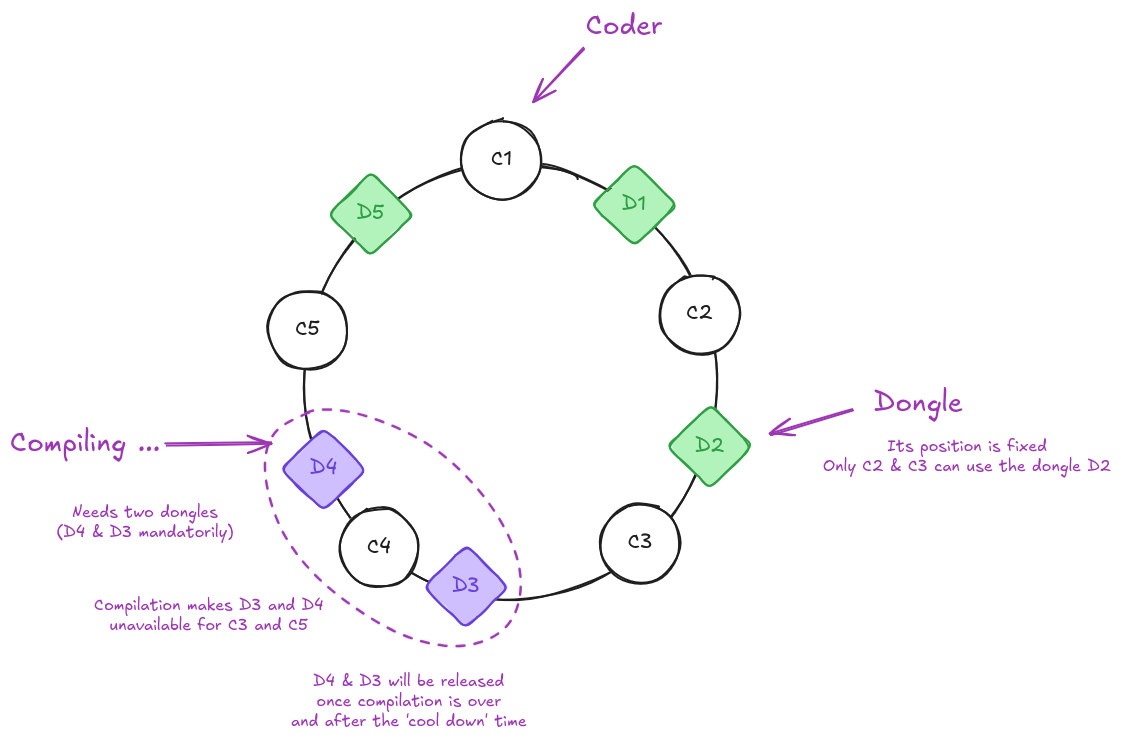
The Excalidraw diagram images/codexion_base.excalidraw.png in flinguenheld/42_codexion, before a commit. Source tidied: one line per element, renumbered; positions are measured from the earlier drawing's top-left corner, leaving out a move shared by most shapes. The source it was exported from:
```json
{"id": 0, "type": "ellipse", "strokeColor": "#1e1e1e", "strokeWidth": 2, "roughness": 1, "round": true, "x": 295, "y": 153, "width": 411, "height": 437}
{"id": 1, "type": "ellipse", "strokeColor": "#1e1e1e", "backgroundColor": "#ffffff", "fillStyle": "solid", "strokeWidth": 2, "roughness": 1, "round": true, "x": 591, "y": 493, "width": 80, "height": 80}
{"id": 2, "type": "text", "text": "C3", "strokeColor": "#1e1e1e", "strokeWidth": 2, "roughness": 1, "fontSize": 20, "fontFamily": 5, "textAlign": "center", "verticalAlign": "middle", "inside": 1, "x": 618, "y": 520, "width": 25, "height": 25}
{"id": 3, "type": "ellipse", "strokeColor": "#1e1e1e", "backgroundColor": "#ffffff", "fillStyle": "solid", "strokeWidth": 2, "roughness": 1, "round": true, "x": 452, "y": 110, "width": 80, "height": 80}
{"id": 4, "type": "text", "text": "C1", "strokeColor": "#1e1e1e", "strokeWidth": 2, "roughness": 1, "fontSize": 20, "fontFamily": 5, "textAlign": "center", "verticalAlign": "middle", "inside": 3, "x": 481, "y": 137, "width": 21, "height": 25}
{"id": 5, "type": "diamond", "strokeColor": "#2f9e44", "backgroundColor": "#b2f2bb", "fillStyle": "solid", "strokeWidth": 2, "roughness": 1, "round": true, "x": 318, "y": 162, "width": 85, "height": 83}
{"id": 6, "type": "text", "text": "D5", "strokeColor": "#2f9e44", "strokeWidth": 2, "roughness": 1, "fontSize": 20, "fontFamily": 5, "textAlign": "center", "verticalAlign": "middle", "inside": 5, "x": 347, "y": 192, "width": 28, "height": 25}
{"id": 7, "type": "diamond", "strokeColor": "#2f9e44", "backgroundColor": "#b2f2bb", "fillStyle": "solid", "strokeWidth": 2, "roughness": 1, "round": true, "x": 581, "y": 153, "width": 85, "height": 83}
{"id": 8, "type": "text", "text": "D1", "strokeColor": "#2f9e44", "strokeWidth": 2, "roughness": 1, "fontSize": 20, "fontFamily": 5, "textAlign": "center", "verticalAlign": "middle", "inside": 7, "x": 612, "y": 182, "width": 24, "height": 25}
{"id": 9, "type": "ellipse", "strokeColor": "#1e1e1e", "backgroundColor": "#ffffff", "fillStyle": "solid", "strokeWidth": 2, "roughness": 1, "round": true, "x": 650, "y": 265, "width": 80, "height": 80}
{"id": 10, "type": "text", "text": "C2", "strokeColor": "#1e1e1e", "strokeWidth": 2, "roughness": 1, "fontSize": 20, "fontFamily": 5, "textAlign": "center", "verticalAlign": "middle", "inside": 9, "x": 676, "y": 292, "width": 27, "height": 25}
{"id": 11, "type": "ellipse", "strokeColor": "#1e1e1e", "backgroundColor": "#ffffff", "fillStyle": "solid", "strokeWidth": 2, "roughness": 1, "round": true, "x": 258, "y": 280, "width": 80, "height": 80}
{"id": 12, "type": "text", "text": "C5", "strokeColor": "#1e1e1e", "strokeWidth": 2, "roughness": 1, "fontSize": 20, "fontFamily": 5, "textAlign": "center", "verticalAlign": "middle", "inside": 11, "x": 285, "y": 307, "width": 25, "height": 25}
{"id": 13, "type": "diamond", "strokeColor": "#2f9e44", "backgroundColor": "#b2f2bb", "fillStyle": "solid", "strokeWidth": 2, "roughness": 1, "round": true, "x": 657, "y": 395, "width": 85, "height": 83}
{"id": 14, "type": "text", "text": "D2", "strokeColor": "#2f9e44", "strokeWidth": 2, "roughness": 1, "fontSize": 20, "fontFamily": 5, "textAlign": "center", "verticalAlign": "middle", "inside": 13, "x": 685, "y": 424, "width": 30, "height": 25}
{"id": 15, "type": "diamond", "strokeColor": "#6741d9", "backgroundColor": "#d0bfff", "fillStyle": "solid", "strokeWidth": 2, "roughness": 1, "round": true, "x": 271, "y": 418, "width": 85, "height": 83}
{"id": 16, "type": "text", "text": "D4", "strokeColor": "#6741d9", "strokeWidth": 2, "roughness": 1, "fontSize": 20, "fontFamily": 5, "textAlign": "center", "verticalAlign": "middle", "inside": 15, "x": 300, "y": 447, "width": 27, "height": 25}
{"id": 17, "type": "ellipse", "strokeColor": "#1e1e1e", "backgroundColor": "#ffffff", "fillStyle": "solid", "strokeWidth": 2, "roughness": 1, "round": true, "x": 329, "y": 498, "width": 80, "height": 80}
{"id": 18, "type": "text", "text": "C4", "strokeColor": "#1e1e1e", "strokeWidth": 2, "roughness": 1, "fontSize": 20, "fontFamily": 5, "textAlign": "center", "verticalAlign": "middle", "inside": 17, "x": 357, "y": 525, "width": 24, "height": 25}
{"id": 19, "type": "diamond", "strokeColor": "#6741d9", "backgroundColor": "#d0bfff", "fillStyle": "solid", "strokeWidth": 2, "roughness": 1, "round": true, "x": 413, "y": 535, "width": 85, "height": 83}
{"id": 20, "type": "text", "text": "D3", "strokeColor": "#6741d9", "strokeWidth": 2, "roughness": 1, "fontSize": 20, "fontFamily": 5, "textAlign": "center", "verticalAlign": "middle", "inside": 19, "x": 442, "y": 564, "width": 28, "height": 25}
{"id": 21, "type": "arrow", "strokeColor": "#9c36b5", "backgroundColor": "#ffd8a8", "fillStyle": "solid", "strokeWidth": 2, "roughness": 1, "endArrowhead": "arrow", "round": true, "x": 573, "y": 39, "width": 49, "height": 52, "points": [[0, 0], [-49, 52]]}
{"id": 22, "type": "text", "text": "Coder", "strokeColor": "#9c36b5", "backgroundColor": "#ffd8a8", "fillStyle": "solid", "strokeWidth": 2, "roughness": 1, "fontSize": 27.45, "fontFamily": 5, "textAlign": "center", "x": 510, "y": 0, "width": 209, "height": 34}
{"id": 23, "type": "arrow", "strokeColor": "#9c36b5", "backgroundColor": "#ffd8a8", "fillStyle": "solid", "strokeWidth": 2, "roughness": 1, "endArrowhead": "arrow", "round": true, "x": 842, "y": 401, "width": 82, "height": 24, "points": [[0, 0], [-82, 24]]}
{"id": 24, "type": "text", "text": "Dongle", "strokeColor": "#9c36b5", "backgroundColor": "#ffd8a8", "fillStyle": "solid", "strokeWidth": 2, "roughness": 1, "fontSize": 27.45, "fontFamily": 5, "textAlign": "center", "x": 804, "y": 376, "width": 209, "height": 34}
{"id": 25, "type": "ellipse", "strokeColor": "#9c36b5", "angle": 5.41, "strokeWidth": 2, "strokeStyle": "dashed", "roughness": 1, "round": true, "x": 295, "y": 367, "width": 175, "height": 301}
{"id": 26, "type": "text", "text": "Compiling ...", "strokeColor": "#9c36b5", "backgroundColor": "#ffd8a8", "fillStyle": "solid", "strokeWidth": 2, "roughness": 1, "fontSize": 27.45, "fontFamily": 5, "textAlign": "center", "x": 0, "y": 417, "width": 150, "height": 34}
{"id": 27, "type": "text", "text": "Compilation makes D3 and D4\nunavailable for C3 and C5", "strokeColor": "#9c36b5", "backgroundColor": "#ffd8a8", "fillStyle": "solid", "strokeWidth": 2, "roughness": 1, "fontSize": 16, "fontFamily": 5, "textAlign": "center", "x": 84, "y": 586, "width": 230, "height": 40}
{"id": 28, "type": "arrow", "strokeColor": "#9c36b5", "backgroundColor": "#ffd8a8", "fillStyle": "solid", "strokeWidth": 2, "roughness": 1, "endArrowhead": "arrow", "round": true, "from": 26, "to": 25, "x": 156, "y": 434, "width": 105, "height": 2, "points": [[0, 0], [105, -2]]}
{"id": 29, "type": "text", "text": "D4 & D3 will be released\nonce compilation is over\nand after the 'cool down' time", "strokeColor": "#9c36b5", "backgroundColor": "#ffd8a8", "fillStyle": "solid", "strokeWidth": 2, "roughness": 1, "fontSize": 16, "fontFamily": 5, "textAlign": "center", "x": 281, "y": 662, "width": 235, "height": 60}
{"id": 30, "type": "text", "text": "Its position is fixed\nOnly C2 & C3 can use the dongle D2\n", "strokeColor": "#9c36b5", "backgroundColor": "#ffd8a8", "fillStyle": "solid", "strokeWidth": 2, "roughness": 1, "fontSize": 16, "fontFamily": 5, "textAlign": "center", "x": 813, "y": 427, "width": 288, "height": 60}
{"id": 31, "type": "text", "text": "Needs two dongles\n(D4 & D3 mandatorily)", "strokeColor": "#9c36b5", "backgroundColor": "#ffd8a8", "fillStyle": "solid", "strokeWidth": 2, "roughness": 1, "fontSize": 16, "fontFamily": 5, "textAlign": "center", "x": 46, "y": 493, "width": 177, "height": 40}
```
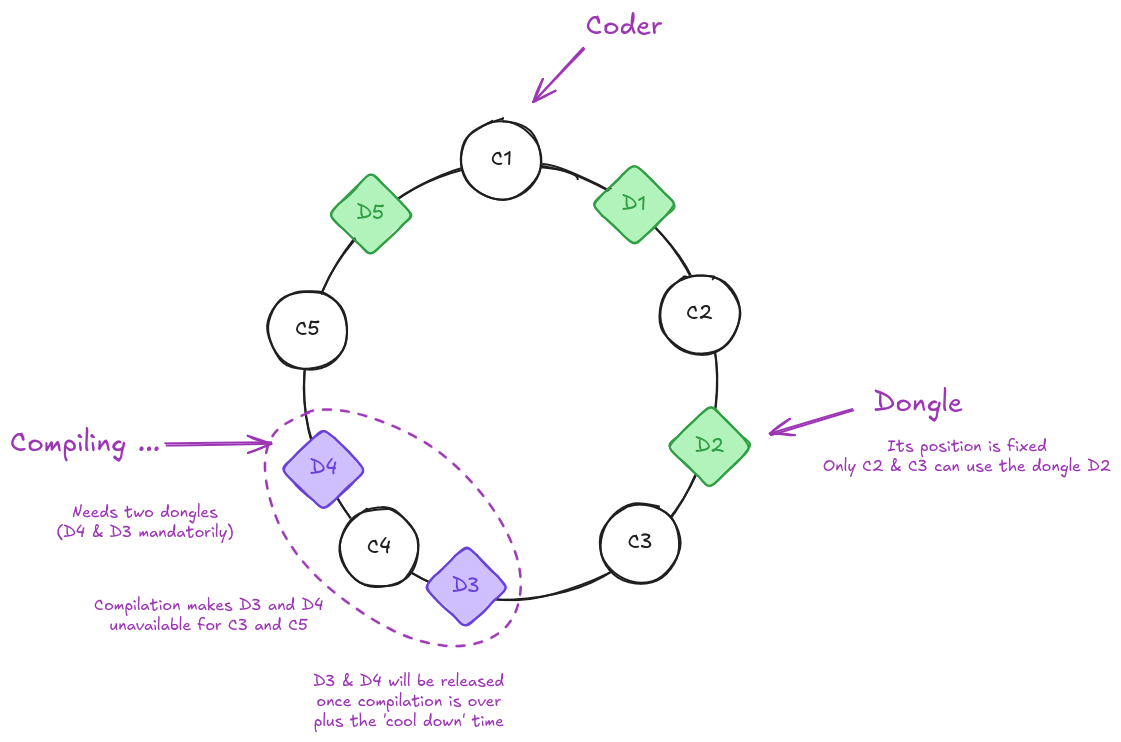
The same file after the commit.

What changed in the source:
```diff
@@ -27,6 +27,6 @@
 {"id": 26, "type": "text", "text": "Compiling ...", "strokeColor": "#9c36b5", "backgroundColor": "#ffd8a8", "fillStyle": "solid", "strokeWidth": 2, "roughness": 1, "fontSize": 27.45, "fontFamily": 5, "textAlign": "center", "x": 0, "y": 417, "width": 150, "height": 34}
 {"id": 27, "type": "text", "text": "Compilation makes D3 and D4\nunavailable for C3 and C5", "strokeColor": "#9c36b5", "backgroundColor": "#ffd8a8", "fillStyle": "solid", "strokeWidth": 2, "roughness": 1, "fontSize": 16, "fontFamily": 5, "textAlign": "center", "x": 84, "y": 586, "width": 230, "height": 40}
 {"id": 28, "type": "arrow", "strokeColor": "#9c36b5", "backgroundColor": "#ffd8a8", "fillStyle": "solid", "strokeWidth": 2, "roughness": 1, "endArrowhead": "arrow", "round": true, "from": 26, "to": 25, "x": 156, "y": 434, "width": 105, "height": 2, "points": [[0, 0], [105, -2]]}
-{"id": 29, "type": "text", "text": "D4 & D3 will be released\nonce compilation is over\nand after the 'cool down' time", "strokeColor": "#9c36b5", "backgroundColor": "#ffd8a8", "fillStyle": "solid", "strokeWidth": 2, "roughness": 1, "fontSize": 16, "fontFamily": 5, "textAlign": "center", "x": 281, "y": 662, "width": 235, "height": 60}
+{"id": 29, "type": "text", "text": "D3 & D4 will be released\nonce compilation is over\nplus the 'cool down' time", "strokeColor": "#9c36b5", "backgroundColor": "#ffd8a8", "fillStyle": "solid", "strokeWidth": 2, "roughness": 1, "fontSize": 16, "fontFamily": 5, "textAlign": "center", "x": 303, "y": 662, "width": 191, "height": 60}
 {"id": 30, "type": "text", "text": "Its position is fixed\nOnly C2 & C3 can use the dongle D2\n", "strokeColor": "#9c36b5", "backgroundColor": "#ffd8a8", "fillStyle": "solid", "strokeWidth": 2, "roughness": 1, "fontSize": 16, "fontFamily": 5, "textAlign": "center", "x": 813, "y": 427, "width": 288, "height": 60}
 {"id": 31, "type": "text", "text": "Needs two dongles\n(D4 & D3 mandatorily)", "strokeColor": "#9c36b5", "backgroundColor": "#ffd8a8", "fillStyle": "solid", "strokeWidth": 2, "roughness": 1, "fontSize": 16, "fontFamily": 5, "textAlign": "center", "x": 46, "y": 493, "width": 177, "height": 40}
```
